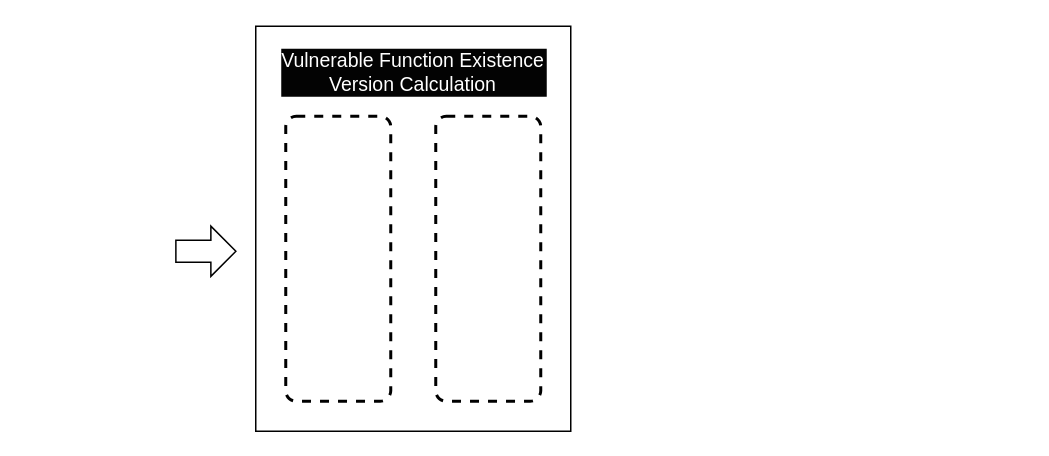
sunSUNQ/Java_learning keeps this draw.io diagram as Untitled Diagram.drawio. Above is the earlier version. Source tidied: cells renumbered, new cells numbered last; positions are measured from the earlier drawing's top-left corner, leaving out a move shared by most shapes. Both pictures are drawn from the tidied source at 150%, with x=0, y=0 at pixel (180, 26).
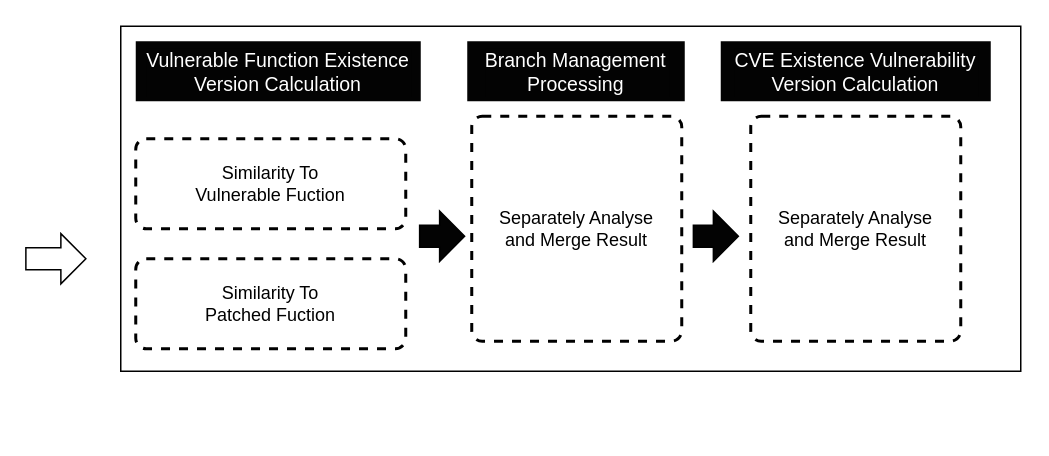
Above is the later version.

What changed in the source:
```diff
@@
 <mxGraphModel>
   <root>
     <mxCell id="0" />
     <mxCell id="1" parent="0" />
-    <mxCell id="2" style="verticalLabelPosition=bottom;verticalAlign=top;html=1;shape=mxgraph.basic.rect;fillColor2=none;strokeWidth=1;size=20;indent=5;rounded=0;glass=0;" parent="1" vertex="1">
-      <mxGeometry x="50" width="210" height="270" as="geometry" />
-    </mxCell>
+    <mxCell id="7" style="verticalLabelPosition=bottom;verticalAlign=top;html=1;shape=mxgraph.basic.rect;fillColor2=none;strokeWidth=1;size=20;indent=5;rounded=0;glass=0;" parent="1" vertex="1">
+      <mxGeometry x="-40" width="600" height="230" as="geometry" />
+    </mxCell>
     <mxCell id="3" style="html=1;shadow=0;dashed=0;align=center;verticalAlign=middle;shape=mxgraph.arrows2.arrow;dy=0.56;dx=16.67;direction=south;notch=0;rounded=0;glass=0;rotation=-90;" parent="1" vertex="1">
-      <mxGeometry y="130" width="33.5" height="40" as="geometry" />
+      <mxGeometry x="-100" y="135" width="33.5" height="40" as="geometry" />
     </mxCell>
-    <mxCell id="4" style="rounded=1;whiteSpace=wrap;html=1;absoluteArcSize=1;arcSize=14;strokeWidth=2;shadow=0;glass=0;sketch=0;dashed=1;" parent="1" vertex="1">
-      <mxGeometry x="70" y="60" width="70" height="190" as="geometry" />
-    </mxCell>
-    <mxCell id="5" value="Vulnerable Function Existence &#10;Version Calculation" style="text;strokeColor=none;fillColor=none;align=center;verticalAlign=middle;spacingLeft=4;spacingRight=4;overflow=hidden;rounded=0;shadow=0;glass=0;dashed=1;sketch=0;labelBackgroundColor=#030303;fontColor=#FFFFFF;fontSize=13;" parent="1" vertex="1">
-      <mxGeometry x="60" y="10" width="190" height="40" as="geometry" />
+    <mxCell id="5" value="Vulnerable Function Existence &#10;Version Calculation" style="text;strokeColor=none;fillColor=#030303;align=center;verticalAlign=middle;spacingLeft=4;spacingRight=4;overflow=hidden;rounded=0;shadow=0;glass=0;dashed=1;sketch=0;labelBackgroundColor=#030303;fontColor=#FFFFFF;fontSize=13;" parent="1" vertex="1">
+      <mxGeometry x="-30" y="10" width="190" height="40" as="geometry" />
     </mxCell>
-    <mxCell id="6" style="rounded=1;whiteSpace=wrap;html=1;absoluteArcSize=1;arcSize=14;strokeWidth=2;shadow=0;glass=0;sketch=0;dashed=1;" parent="1" vertex="1">
-      <mxGeometry x="170" y="60" width="70" height="190" as="geometry" />
+    <mxCell id="6" value="Similarity To&lt;br&gt;Vulnerable Fuction" style="rounded=1;whiteSpace=wrap;html=1;absoluteArcSize=1;arcSize=14;strokeWidth=2;shadow=0;glass=0;sketch=0;dashed=1;" parent="1" vertex="1">
+      <mxGeometry x="-30" y="75" width="180" height="60" as="geometry" />
     </mxCell>
+    <mxCell id="8" value="Separately Analyse&lt;br&gt;and Merge Result" style="rounded=1;whiteSpace=wrap;html=1;absoluteArcSize=1;arcSize=14;strokeWidth=2;shadow=0;glass=0;sketch=0;dashed=1;" parent="1" vertex="1">
+      <mxGeometry x="194" y="60" width="140" height="150" as="geometry" />
+    </mxCell>
+    <mxCell id="9" style="html=1;shadow=0;dashed=0;align=center;verticalAlign=middle;shape=mxgraph.arrows2.arrow;dy=0.56;dx=16.67;direction=south;notch=0;rounded=0;glass=0;rotation=-90;labelBackgroundColor=#080808;labelBorderColor=default;fillColor=#030303;" parent="1" vertex="1">
+      <mxGeometry x="340" y="125" width="33.5" height="30" as="geometry" />
+    </mxCell>
+    <mxCell id="10" value="Branch Management &#10;Processing" style="text;strokeColor=none;fillColor=#030303;align=center;verticalAlign=middle;spacingLeft=4;spacingRight=4;overflow=hidden;rounded=0;shadow=0;glass=0;dashed=1;sketch=0;labelBackgroundColor=#030303;fontColor=#FFFFFF;fontSize=13;" parent="1" vertex="1">
+      <mxGeometry x="191" y="10" width="145" height="40" as="geometry" />
+    </mxCell>
+    <mxCell id="11" value="CVE Existence Vulnerability &#10;Version Calculation" style="text;strokeColor=none;fillColor=#030303;align=center;verticalAlign=middle;spacingLeft=4;spacingRight=4;overflow=hidden;rounded=0;shadow=0;glass=0;dashed=1;sketch=0;labelBackgroundColor=#030303;fontColor=#FFFFFF;fontSize=13;" parent="1" vertex="1">
+      <mxGeometry x="360" y="10" width="180" height="40" as="geometry" />
+    </mxCell>
+    <mxCell id="12" style="html=1;shadow=0;dashed=0;align=center;verticalAlign=middle;shape=mxgraph.arrows2.arrow;dy=0.56;dx=16.67;direction=south;notch=0;rounded=0;glass=0;rotation=-90;labelBackgroundColor=#080808;labelBorderColor=default;fillColor=#030303;" parent="1" vertex="1">
+      <mxGeometry x="157.5" y="125" width="33.5" height="30" as="geometry" />
+    </mxCell>
+    <mxCell id="13" value="Separately Analyse&lt;br&gt;and Merge Result" style="rounded=1;whiteSpace=wrap;html=1;absoluteArcSize=1;arcSize=14;strokeWidth=2;shadow=0;glass=0;sketch=0;dashed=1;" parent="1" vertex="1">
+      <mxGeometry x="380" y="60" width="140" height="150" as="geometry" />
+    </mxCell>
+    <mxCell id="14" value="Similarity To&lt;br&gt;Patched Fuction" style="rounded=1;whiteSpace=wrap;html=1;absoluteArcSize=1;arcSize=14;strokeWidth=2;shadow=0;glass=0;sketch=0;dashed=1;" parent="1" vertex="1">
+      <mxGeometry x="-30" y="155" width="180" height="60" as="geometry" />
+    </mxCell>
   </root>
 </mxGraphModel>
```
